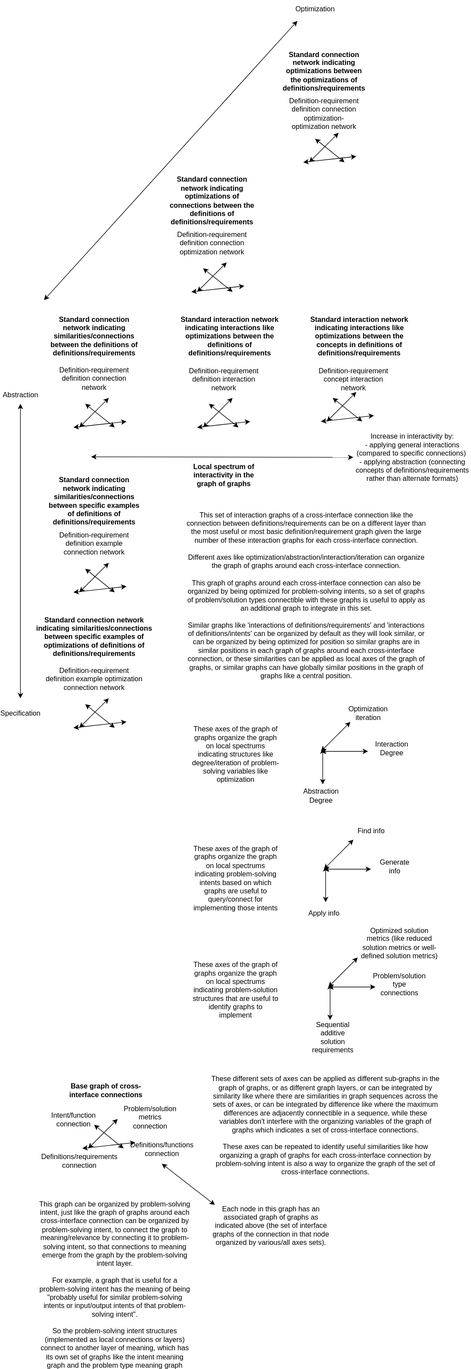
Above: docs/objects/variables_of_graph_of_graphs.drawio.svg in outdreamer/build-a-cure (draw.io), before the change. Source tidied: cells renumbered, new cells last; positions are measured from the earlier drawing's top-left corner, leaving out a move shared by most shapes.
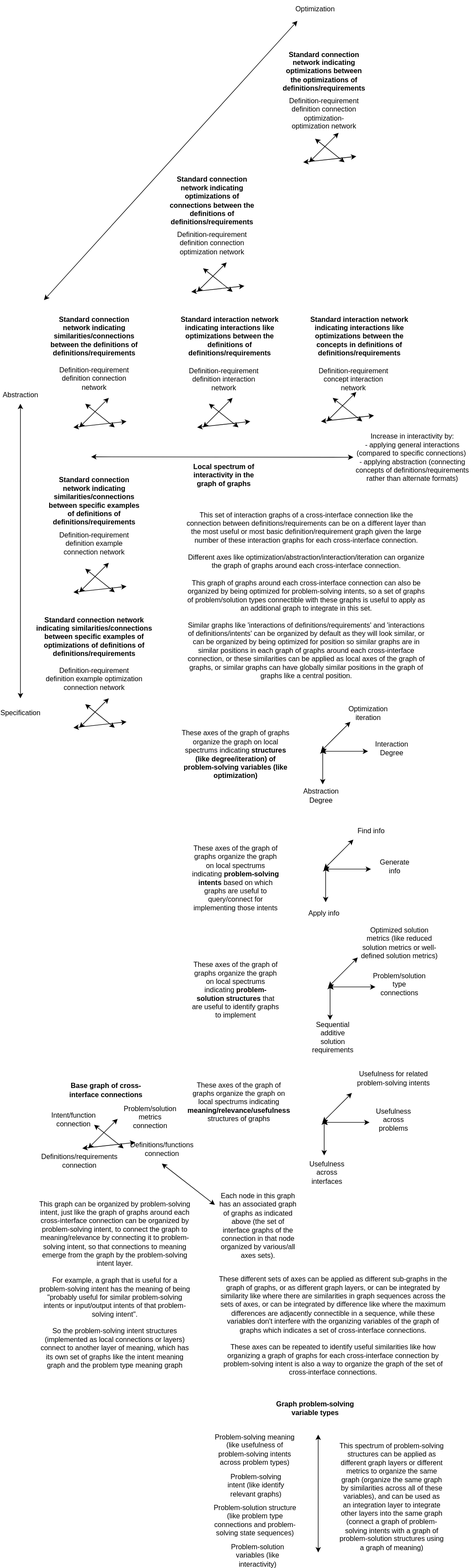
Above is the later version.

Diff of the diagram source:
```diff
@@ -231,8 +231,8 @@
     <mxCell id="51" value="Optimization iteration" style="text;html=1;align=center;verticalAlign=middle;whiteSpace=wrap;rounded=0;" parent="1" vertex="1">
       <mxGeometry x="590" y="1195" width="60" height="30" as="geometry" />
     </mxCell>
-    <mxCell id="52" value="These axes of the graph of graphs organize the graph on local spectrums indicating structures like degree/iteration of problem-solving variables like optimization" style="text;html=1;align=center;verticalAlign=middle;whiteSpace=wrap;rounded=0;" parent="1" vertex="1">
-      <mxGeometry x="320" y="1265" width="150" height="30" as="geometry" />
+    <mxCell id="52" value="These axes of the graph of graphs organize the graph on local spectrums indicating &lt;b&gt;structures (like degree/iteration) of problem-solving variables (like optimization)&lt;/b&gt;" style="text;html=1;align=center;verticalAlign=middle;whiteSpace=wrap;rounded=0;" parent="1" vertex="1">
+      <mxGeometry x="300" y="1265" width="190" height="30" as="geometry" />
     </mxCell>
     <mxCell id="53" style="endArrow=classic;startArrow=classic;html=1;rounded=0;" parent="1" edge="1">
       <mxGeometry relative="1" as="geometry">
@@ -261,7 +261,7 @@
     <mxCell id="58" value="Find info" style="text;html=1;align=center;verticalAlign=middle;whiteSpace=wrap;rounded=0;" parent="1" vertex="1">
       <mxGeometry x="595" y="1395" width="60" height="30" as="geometry" />
     </mxCell>
-    <mxCell id="59" value="These axes of the graph of graphs organize the graph on local spectrums indicating problem-solving intents based on which graphs are useful to query/connect for implementing those intents" style="text;html=1;align=center;verticalAlign=middle;whiteSpace=wrap;rounded=0;" parent="1" vertex="1">
+    <mxCell id="59" value="These axes of the graph of graphs organize the graph on local spectrums indicating &lt;b&gt;problem-solving intents&lt;/b&gt; based on which graphs are useful to query/connect for implementing those intents" style="text;html=1;align=center;verticalAlign=middle;whiteSpace=wrap;rounded=0;" parent="1" vertex="1">
       <mxGeometry x="320" y="1475" width="150" height="30" as="geometry" />
     </mxCell>
     <mxCell id="60" style="endArrow=classic;startArrow=classic;html=1;rounded=0;" parent="1" edge="1">
@@ -291,11 +291,11 @@
     <mxCell id="65" value="Optimized solution metrics (like reduced solution metrics or well-defined solution metrics)" style="text;html=1;align=center;verticalAlign=middle;whiteSpace=wrap;rounded=0;" parent="1" vertex="1">
       <mxGeometry x="603.8" y="1585" width="137.5" height="30" as="geometry" />
     </mxCell>
-    <mxCell id="66" value="These axes of the graph of graphs organize the graph on local spectrums indicating problem-solution structures that are useful to identify graphs to implement" style="text;html=1;align=center;verticalAlign=middle;whiteSpace=wrap;rounded=0;" parent="1" vertex="1">
+    <mxCell id="66" value="These axes of the graph of graphs organize the graph on local spectrums indicating &lt;b&gt;problem-solution structures&lt;/b&gt; that are useful to identify graphs to implement" style="text;html=1;align=center;verticalAlign=middle;whiteSpace=wrap;rounded=0;" parent="1" vertex="1">
       <mxGeometry x="320" y="1665" width="150" height="30" as="geometry" />
     </mxCell>
     <mxCell id="67" value="These different sets of axes can be applied as different sub-graphs in the graph of graphs, or as different graph layers, or can be integrated by similarity like where there are similarities in graph sequences across the sets of axes, or can be integrated by difference like where the maximum differences are adjacently connectible in a sequence, while these variables don't interfere with the organizing variables of the graph of graphs which indicates a set of cross-interface connections.&lt;div&gt;&lt;br&gt;&lt;/div&gt;&lt;div&gt;These axes can be repeated to identify useful similarities like how organizing a graph of graphs for each cross-interface connection by problem-solving intent is also a way to organize the graph of the set of cross-interface connections.&lt;/div&gt;" style="text;html=1;align=center;verticalAlign=middle;whiteSpace=wrap;rounded=0;" parent="1" vertex="1">
-      <mxGeometry x="350" y="1895" width="395" height="30" as="geometry" />
+      <mxGeometry x="362.5" y="2235" width="395" height="30" as="geometry" />
     </mxCell>
     <mxCell id="68" style="endArrow=classic;startArrow=classic;html=1;rounded=0;" parent="1" edge="1">
       <mxGeometry relative="1" as="geometry">
@@ -340,7 +340,61 @@
       </mxGeometry>
     </mxCell>
     <mxCell id="78" value="Each node in this graph has an associated graph of graphs as indicated above (the set of interface graphs of the connection in that node organized by various/all axes sets)." style="text;html=1;align=center;verticalAlign=middle;whiteSpace=wrap;rounded=0;" parent="1" vertex="1">
-      <mxGeometry x="350" y="2065" width="210" height="30" as="geometry" />
+      <mxGeometry x="362.5" y="2065" width="140" height="30" as="geometry" />
     </mxCell>
+    <mxCell id="79" style="endArrow=classic;startArrow=classic;html=1;rounded=0;" parent="1" edge="1">
+      <mxGeometry relative="1" as="geometry">
+        <mxPoint x="542.5" y="1905" as="sourcePoint" />
+        <mxPoint x="592.5" y="1855" as="targetPoint" />
+      </mxGeometry>
+    </mxCell>
+    <mxCell id="80" style="endArrow=classic;startArrow=classic;html=1;rounded=0;" parent="1" edge="1">
+      <mxGeometry relative="1" as="geometry">
+        <mxPoint x="542.5" y="1905" as="sourcePoint" />
+        <mxPoint x="622.5" y="1905" as="targetPoint" />
+      </mxGeometry>
+    </mxCell>
+    <mxCell id="81" style="endArrow=classic;startArrow=classic;html=1;rounded=0;" parent="1" edge="1">
+      <mxGeometry relative="1" as="geometry">
+        <mxPoint x="545.5" y="1900" as="sourcePoint" />
+        <mxPoint x="545.5" y="1961" as="targetPoint" />
+      </mxGeometry>
+    </mxCell>
+    <mxCell id="82" value="Usefulness across interfaces" style="text;html=1;align=center;verticalAlign=middle;whiteSpace=wrap;rounded=0;" parent="1" vertex="1">
+      <mxGeometry x="520" y="1975" width="60" height="30" as="geometry" />
+    </mxCell>
+    <mxCell id="83" value="Usefulness across problems" style="text;html=1;align=center;verticalAlign=middle;whiteSpace=wrap;rounded=0;" parent="1" vertex="1">
+      <mxGeometry x="632.5" y="1885" width="60" height="30" as="geometry" />
+    </mxCell>
+    <mxCell id="84" value="Usefulness for related problem-solving intents" style="text;html=1;align=center;verticalAlign=middle;whiteSpace=wrap;rounded=0;" parent="1" vertex="1">
+      <mxGeometry x="593.8" y="1815" width="137.5" height="30" as="geometry" />
+    </mxCell>
+    <mxCell id="85" value="These axes of the graph of graphs organize the graph on local spectrums indicating &lt;b&gt;meaning/relevance/usefulness&lt;/b&gt; structures of graphs" style="text;html=1;align=center;verticalAlign=middle;whiteSpace=wrap;rounded=0;" parent="1" vertex="1">
+      <mxGeometry x="350" y="1855" width="100.6" height="30" as="geometry" />
+    </mxCell>
+    <mxCell id="86" value="Problem-solving meaning (like usefulness of problem-solving intents across problem types)" style="text;html=1;align=center;verticalAlign=middle;whiteSpace=wrap;rounded=0;" parent="1" vertex="1">
+      <mxGeometry x="355.4" y="2445" width="145" height="30" as="geometry" />
+    </mxCell>
+    <mxCell id="87" value="Problem-solving intent (like identify relevant graphs)" style="text;html=1;align=center;verticalAlign=middle;whiteSpace=wrap;rounded=0;" parent="1" vertex="1">
+      <mxGeometry x="372.1" y="2506" width="115" height="30" as="geometry" />
+    </mxCell>
+    <mxCell id="88" value="Problem-solution structure (like problem type connections and problem-solving state sequences)" style="text;html=1;align=center;verticalAlign=middle;whiteSpace=wrap;rounded=0;" parent="1" vertex="1">
+      <mxGeometry x="350" y="2565" width="156" height="30" as="geometry" />
+    </mxCell>
+    <mxCell id="89" value="Problem-solution variables (like interactivity)" style="text;html=1;align=center;verticalAlign=middle;whiteSpace=wrap;rounded=0;" parent="1" vertex="1">
+      <mxGeometry x="380.1" y="2625" width="105" height="30" as="geometry" />
+    </mxCell>
+    <mxCell id="90" style="endArrow=classic;startArrow=classic;html=1;rounded=0;" parent="1" edge="1">
+      <mxGeometry relative="1" as="geometry">
+        <mxPoint x="535.4" y="2635" as="sourcePoint" />
+        <mxPoint x="535.4" y="2435" as="targetPoint" />
+      </mxGeometry>
+    </mxCell>
+    <mxCell id="91" value="This spectrum of problem-solving structures can be applied as different graph layers or different metrics to organize the same graph (organize the same graph by similarities across all of these variables), and can be used as an integration layer to integrate other layers into the same graph (connect a graph of problem-solving intents with a graph of problem-solution structures using a graph of meaning)" style="text;html=1;align=center;verticalAlign=middle;whiteSpace=wrap;rounded=0;" parent="1" vertex="1">
+      <mxGeometry x="570.4" y="2525" width="180" height="30" as="geometry" />
+    </mxCell>
+    <mxCell id="92" value="Graph problem-solving variable types" style="text;html=1;align=center;verticalAlign=middle;whiteSpace=wrap;rounded=0;fontStyle=1;" parent="1" vertex="1">
+      <mxGeometry x="455.4" y="2375" width="150" height="30" as="geometry" />
+    </mxCell>
   </root>
 </mxGraphModel>
```
